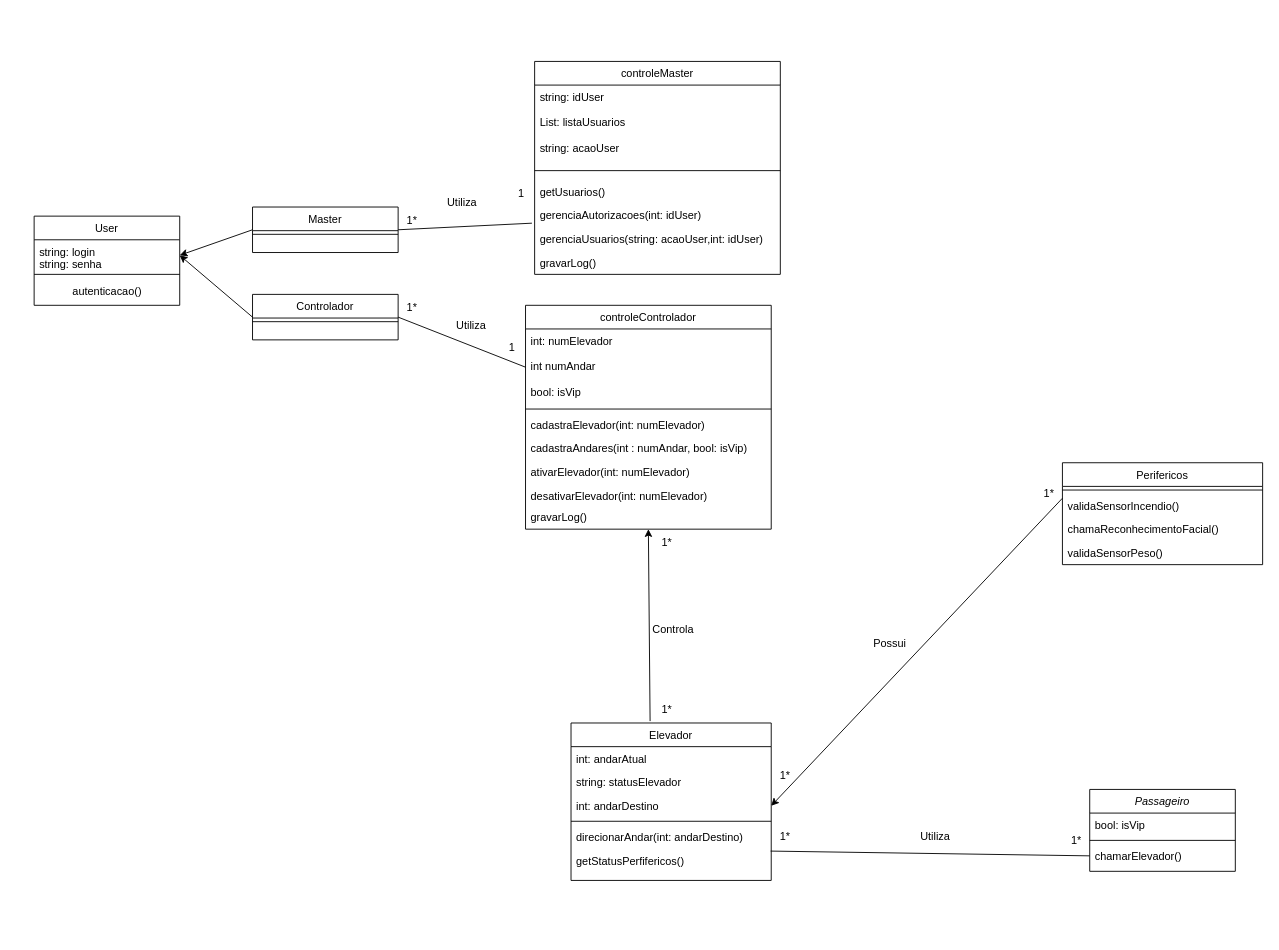
Before: diagrama-de-classes.drawio in EnzoPellegrini/ElevadorProject, a draw.io diagram. Source tidied: cells renumbered, new cells numbered last; positions are measured from the earlier drawing's top-left corner, leaving out a move shared by most shapes. Both pictures are drawn from the tidied source at 91%, with x=0, y=0 at pixel (34, 61).
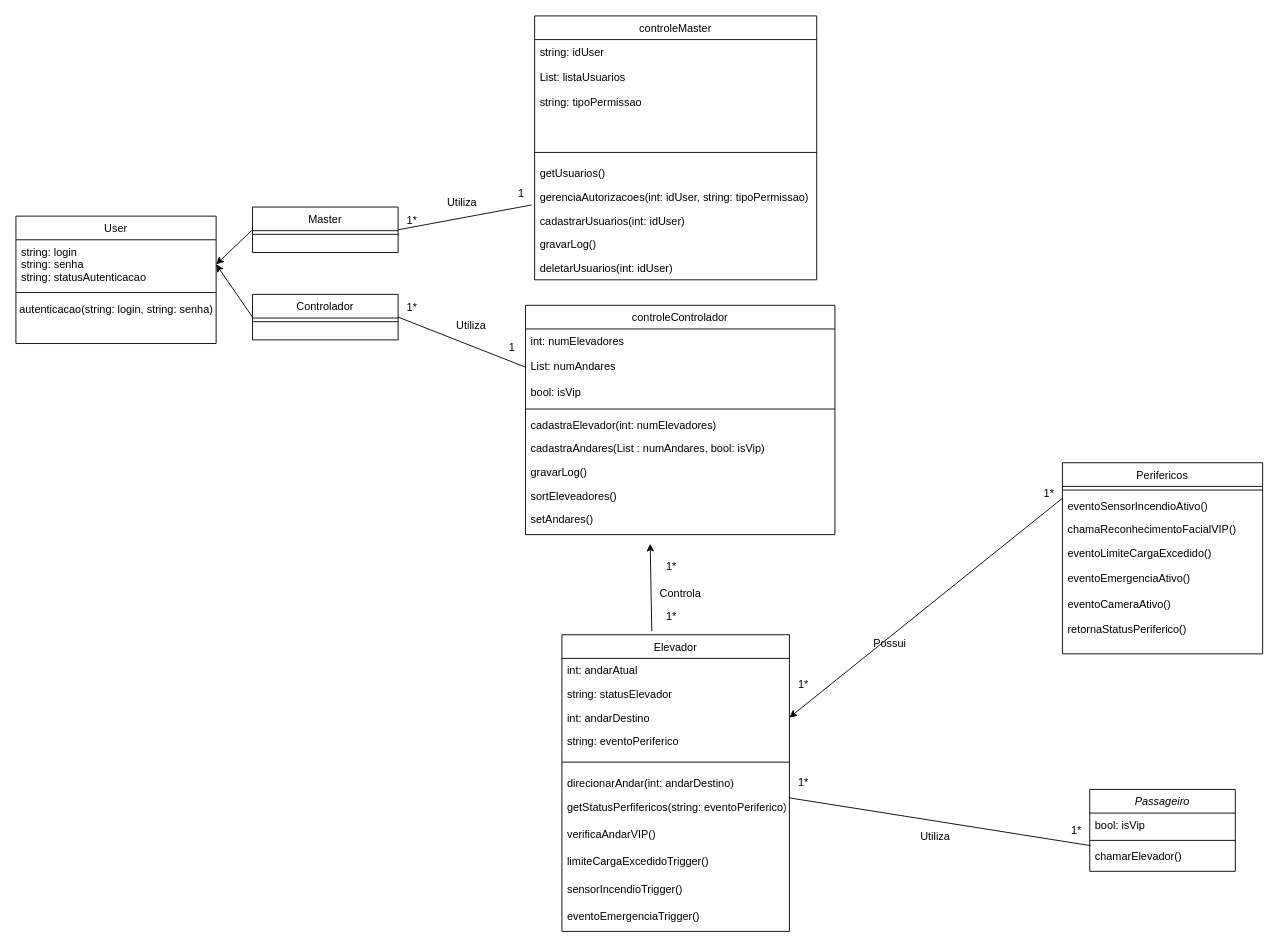
The same diagram, later.

The change refers to these unchanged cells:
```xml
<mxCell id="5" value="chamarElevador()" style="text;align=left;verticalAlign=top;spacingLeft=4;spacingRight=4;overflow=hidden;points=[[0,0.5],[1,0.5]];portConstraint=eastwest;" parent="2" vertex="1">
  <mxGeometry y="60" width="160" height="26" as="geometry" />
</mxCell>
```

Diff of the diagram source:
```diff
@@
     <mxCell id="10" value="Perifericos" style="swimlane;fontStyle=0;align=center;verticalAlign=top;horizontal=1;startSize=26;rounded=0;shadow=0;strokeWidth=1;" parent="1" vertex="1">
-      <mxGeometry x="1130" y="441" width="220" height="112" as="geometry" />
+      <mxGeometry x="1130" y="441" width="220" height="210" as="geometry" />
     </mxCell>
@@
-    <mxCell id="12" value="validaSensorIncendio()" style="text;align=left;verticalAlign=top;spacingLeft=4;spacingRight=4;overflow=hidden;" parent="10" vertex="1">
+    <mxCell id="12" value="eventoSensorIncendioAtivo()" style="text;align=left;verticalAlign=top;spacingLeft=4;spacingRight=4;overflow=hidden;" parent="10" vertex="1">
       <mxGeometry y="34" width="220" height="26" as="geometry" />
     </mxCell>
-    <mxCell id="13" value="chamaReconhecimentoFacial()" style="text;align=left;verticalAlign=top;spacingLeft=4;spacingRight=4;overflow=hidden;" parent="10" vertex="1">
+    <mxCell id="13" value="chamaReconhecimentoFacialVIP()" style="text;align=left;verticalAlign=top;spacingLeft=4;spacingRight=4;overflow=hidden;" parent="10" vertex="1">
       <mxGeometry y="60" width="220" height="26" as="geometry" />
     </mxCell>
-    <mxCell id="14" value="validaSensorPeso()" style="text;align=left;verticalAlign=top;spacingLeft=4;spacingRight=4;overflow=hidden;" parent="10" vertex="1">
-      <mxGeometry y="86" width="220" height="26" as="geometry" />
+    <mxCell id="14" value="eventoLimiteCargaExcedido()&#10;&#10;eventoEmergenciaAtivo()&#10;&#10;eventoCameraAtivo()&#10;&#10;retornaStatusPeriferico()" style="text;align=left;verticalAlign=top;spacingLeft=4;spacingRight=4;overflow=hidden;" parent="10" vertex="1">
+      <mxGeometry y="86" width="220" height="124" as="geometry" />
     </mxCell>
     <mxCell id="15" value="Elevador" style="swimlane;fontStyle=0;align=center;verticalAlign=top;horizontal=1;startSize=26;rounded=0;shadow=0;strokeWidth=1;" parent="1" vertex="1">
-      <mxGeometry x="590" y="727" width="220" height="173" as="geometry" />
+      <mxGeometry x="580" y="630" width="250" height="326" as="geometry" />
     </mxCell>
     <mxCell id="16" value="int: andarAtual" style="text;align=left;verticalAlign=top;spacingLeft=4;spacingRight=4;overflow=hidden;" parent="15" vertex="1">
-      <mxGeometry y="26" width="220" height="26" as="geometry" />
+      <mxGeometry y="26" width="250" height="26" as="geometry" />
     </mxCell>
     <mxCell id="17" value="string: statusElevador" style="text;align=left;verticalAlign=top;spacingLeft=4;spacingRight=4;overflow=hidden;rounded=0;shadow=0;html=0;" parent="15" vertex="1">
-      <mxGeometry y="52" width="220" height="26" as="geometry" />
+      <mxGeometry y="52" width="250" height="26" as="geometry" />
     </mxCell>
-    <mxCell id="18" value="int: andarDestino" style="text;align=left;verticalAlign=top;spacingLeft=4;spacingRight=4;overflow=hidden;points=[[0,0.5],[1,0.5]];portConstraint=eastwest;rounded=0;shadow=0;html=0;" parent="15" vertex="1">
-      <mxGeometry y="78" width="220" height="26" as="geometry" />
+    <mxCell id="18" value="int: andarDestino&#10;" style="text;align=left;verticalAlign=top;spacingLeft=4;spacingRight=4;overflow=hidden;points=[[0,0.5],[1,0.5]];portConstraint=eastwest;rounded=0;shadow=0;html=0;" parent="15" vertex="1">
+      <mxGeometry y="78" width="250" height="26" as="geometry" />
     </mxCell>
+    <mxCell id="63" value="string: eventoPeriferico&#10;" style="text;align=left;verticalAlign=top;spacingLeft=4;spacingRight=4;overflow=hidden;rounded=0;shadow=0;html=0;" parent="15" vertex="1">
+      <mxGeometry y="104" width="250" height="26" as="geometry" />
+    </mxCell>
     <mxCell id="19" style="line;html=1;strokeWidth=1;align=left;verticalAlign=middle;spacingTop=-1;spacingLeft=3;spacingRight=3;labelPosition=right;" parent="15" vertex="1">
-      <mxGeometry y="104" width="220" height="8" as="geometry" />
+      <mxGeometry y="130" width="250" height="20" as="geometry" />
     </mxCell>
     <mxCell id="20" value="direcionarAndar(int: andarDestino)" style="text;align=left;verticalAlign=top;spacingLeft=4;spacingRight=4;overflow=hidden;" parent="15" vertex="1">
-      <mxGeometry y="112" width="220" height="26" as="geometry" />
+      <mxGeometry y="150" width="250" height="26" as="geometry" />
     </mxCell>
-    <mxCell id="21" value="getStatusPerfifericos()" style="text;align=left;verticalAlign=top;spacingLeft=4;spacingRight=4;overflow=hidden;points=[[0,0.5],[1,0.5]];portConstraint=eastwest;" parent="15" vertex="1">
-      <mxGeometry y="138" width="220" height="26" as="geometry" />
+    <mxCell id="21" value="getStatusPerfifericos(string: eventoPeriferico)" style="text;align=left;verticalAlign=top;spacingLeft=4;spacingRight=4;overflow=hidden;points=[[0,0.5],[1,0.5]];portConstraint=eastwest;" parent="15" vertex="1">
+      <mxGeometry y="176" width="250" height="30" as="geometry" />
     </mxCell>
+    <mxCell id="64" value="verificaAndarVIP()" style="text;align=left;verticalAlign=top;spacingLeft=4;spacingRight=4;overflow=hidden;" parent="15" vertex="1">
+      <mxGeometry y="206" width="250" height="30" as="geometry" />
+    </mxCell>
+    <mxCell id="65" value="limiteCargaExcedidoTrigger()" style="text;align=left;verticalAlign=top;spacingLeft=4;spacingRight=4;overflow=hidden;" parent="15" vertex="1">
+      <mxGeometry y="236" width="250" height="30" as="geometry" />
+    </mxCell>
+    <mxCell id="66" value="sensorIncendioTrigger()" style="text;align=left;verticalAlign=top;spacingLeft=4;spacingRight=4;overflow=hidden;" parent="15" vertex="1">
+      <mxGeometry y="266" width="250" height="30" as="geometry" />
+    </mxCell>
+    <mxCell id="67" value="eventoEmergenciaTrigger()" style="text;align=left;verticalAlign=top;spacingLeft=4;spacingRight=4;overflow=hidden;" parent="15" vertex="1">
+      <mxGeometry y="296" width="250" height="30" as="geometry" />
+    </mxCell>
     <mxCell id="22" value="controleControlador" style="swimlane;fontStyle=0;align=center;verticalAlign=top;horizontal=1;startSize=26;rounded=0;shadow=0;strokeWidth=1;" parent="1" vertex="1">
-      <mxGeometry x="540" y="268" width="270" height="246" as="geometry" />
+      <mxGeometry x="540" y="268" width="340" height="252" as="geometry" />
     </mxCell>
-    <mxCell id="23" value="int: numElevador&#10;&#10;int numAndar&#10;&#10;bool: isVip" style="text;align=left;verticalAlign=top;spacingLeft=4;spacingRight=4;overflow=hidden;points=[[0,0.5],[1,0.5]];portConstraint=eastwest;" parent="22" vertex="1">
-      <mxGeometry y="26" width="270" height="84" as="geometry" />
+    <mxCell id="23" value="int: numElevadores&#10;&#10;List: numAndares&#10;&#10;bool: isVip" style="text;align=left;verticalAlign=top;spacingLeft=4;spacingRight=4;overflow=hidden;points=[[0,0.5],[1,0.5]];portConstraint=eastwest;" parent="22" vertex="1">
+      <mxGeometry y="26" width="340" height="84" as="geometry" />
     </mxCell>
     <mxCell id="24" style="line;html=1;strokeWidth=1;align=left;verticalAlign=middle;spacingTop=-1;spacingLeft=3;spacingRight=3;labelPosition=right;" parent="22" vertex="1">
-      <mxGeometry y="110" width="270" height="8" as="geometry" />
+      <mxGeometry y="110" width="340" height="8" as="geometry" />
     </mxCell>
-    <mxCell id="25" value="cadastraElevador(int: numElevador)" style="text;align=left;verticalAlign=top;spacingLeft=4;spacingRight=4;overflow=hidden;" parent="22" vertex="1">
-      <mxGeometry y="118" width="270" height="26" as="geometry" />
+    <mxCell id="25" value="cadastraElevador(int: numElevadores)" style="text;align=left;verticalAlign=top;spacingLeft=4;spacingRight=4;overflow=hidden;" parent="22" vertex="1">
+      <mxGeometry y="118" width="340" height="26" as="geometry" />
     </mxCell>
-    <mxCell id="26" value="cadastraAndares(int : numAndar, bool: isVip)" style="text;align=left;verticalAlign=top;spacingLeft=4;spacingRight=4;overflow=hidden;" parent="22" vertex="1">
-      <mxGeometry y="144" width="270" height="26" as="geometry" />
+    <mxCell id="26" value="cadastraAndares(List : numAndares, bool: isVip)" style="text;align=left;verticalAlign=top;spacingLeft=4;spacingRight=4;overflow=hidden;" parent="22" vertex="1">
+      <mxGeometry y="144" width="340" height="26" as="geometry" />
     </mxCell>
-    <mxCell id="27" value="ativarElevador(int: numElevador)" style="text;align=left;verticalAlign=top;spacingLeft=4;spacingRight=4;overflow=hidden;" parent="22" vertex="1">
-      <mxGeometry y="170" width="270" height="26" as="geometry" />
-    </mxCell>
-    <mxCell id="28" value="desativarElevador(int: numElevador)" style="text;align=left;verticalAlign=top;spacingLeft=4;spacingRight=4;overflow=hidden;" parent="22" vertex="1">
-      <mxGeometry y="196" width="270" height="24" as="geometry" />
-    </mxCell>
     <mxCell id="29" value="gravarLog()" style="text;align=left;verticalAlign=top;spacingLeft=4;spacingRight=4;overflow=hidden;" parent="22" vertex="1">
-      <mxGeometry y="220" width="270" height="26" as="geometry" />
+      <mxGeometry y="170" width="340" height="26" as="geometry" />
     </mxCell>
+    <mxCell id="68" value="sortEleveadores()" style="text;align=left;verticalAlign=top;spacingLeft=4;spacingRight=4;overflow=hidden;" parent="22" vertex="1">
+      <mxGeometry y="196" width="340" height="26" as="geometry" />
+    </mxCell>
+    <mxCell id="69" value="setAndares()" style="text;align=left;verticalAlign=top;spacingLeft=4;spacingRight=4;overflow=hidden;" parent="22" vertex="1">
+      <mxGeometry y="222" width="340" height="26" as="geometry" />
+    </mxCell>
     <mxCell id="30" value="User" style="swimlane;fontStyle=0;align=center;verticalAlign=top;horizontal=1;startSize=26;rounded=0;shadow=0;strokeWidth=1;" parent="1" vertex="1">
-      <mxGeometry y="170" width="160" height="98" as="geometry" />
+      <mxGeometry x="-20" y="170" width="220" height="140" as="geometry" />
     </mxCell>
-    <mxCell id="31" value="string: login&#10;string: senha" style="text;align=left;verticalAlign=top;spacingLeft=4;spacingRight=4;overflow=hidden;points=[[0,0.5],[1,0.5]];portConstraint=eastwest;" parent="30" vertex="1">
-      <mxGeometry y="26" width="160" height="34" as="geometry" />
+    <mxCell id="31" value="string: login&#10;string: senha&#10;string: statusAutenticacao" style="text;align=left;verticalAlign=top;spacingLeft=4;spacingRight=4;overflow=hidden;points=[[0,0.5],[1,0.5]];portConstraint=eastwest;" parent="30" vertex="1">
+      <mxGeometry y="26" width="220" height="54" as="geometry" />
     </mxCell>
     <mxCell id="32" style="line;html=1;strokeWidth=1;align=left;verticalAlign=middle;spacingTop=-1;spacingLeft=3;spacingRight=3;labelPosition=right;" parent="30" vertex="1">
-      <mxGeometry y="60" width="160" height="8" as="geometry" />
+      <mxGeometry y="80" width="220" height="8" as="geometry" />
     </mxCell>
-    <mxCell id="33" value="autenticacao()" style="text;html=1;align=center;verticalAlign=middle;strokeColor=none;fillColor=none;" parent="30" vertex="1">
-      <mxGeometry y="68" width="160" height="30" as="geometry" />
+    <mxCell id="33" value="autenticacao(string: login, string: senha)" style="text;html=1;align=center;verticalAlign=middle;strokeColor=none;fillColor=none;" parent="30" vertex="1">
+      <mxGeometry y="88" width="220" height="30" as="geometry" />
     </mxCell>
@@
-    <mxCell id="38" style="endArrow=none;html=1;rounded=0;exitX=0.997;exitY=0.106;exitDx=0;exitDy=0;entryX=0;entryY=0.5;entryDx=0;entryDy=0;exitPerimeter=0;" parent="1" edge="1" source="21" target="5">
+    <mxCell id="38" style="endArrow=none;html=1;rounded=0;exitX=0.997;exitY=0.106;exitDx=0;exitDy=0;entryX=0.005;entryY=0.067;entryDx=0;entryDy=0;exitPerimeter=0;entryPerimeter=0;" parent="1" edge="1" source="21" target="5">
       <mxGeometry relative="1" as="geometry" />
     </mxCell>
@@
     <mxCell id="40" value="1*" style="text;html=1;align=center;verticalAlign=middle;strokeColor=none;fillColor=none;" parent="1" vertex="1">
-      <mxGeometry x="1130" y="842" width="30" height="30" as="geometry" />
+      <mxGeometry x="1130" y="830" width="30" height="30" as="geometry" />
     </mxCell>
     <mxCell id="41" value="1*" style="text;html=1;align=center;verticalAlign=middle;strokeColor=none;fillColor=none;" parent="1" vertex="1">
-      <mxGeometry x="810" y="837" width="30" height="30" as="geometry" />
+      <mxGeometry x="830" y="778" width="30" height="30" as="geometry" />
     </mxCell>
@@
     <mxCell id="44" value="1*" style="text;html=1;align=center;verticalAlign=middle;strokeColor=none;fillColor=none;" parent="1" vertex="1">
-      <mxGeometry x="810" y="770" width="30" height="30" as="geometry" />
+      <mxGeometry x="830" y="670" width="30" height="30" as="geometry" />
     </mxCell>
@@
     <mxCell id="46" value="controleMaster" style="swimlane;fontStyle=0;align=center;verticalAlign=top;horizontal=1;startSize=26;rounded=0;shadow=0;strokeWidth=1;" parent="1" vertex="1">
-      <mxGeometry x="550" width="270" height="234" as="geometry" />
+      <mxGeometry x="550" y="-50" width="310" height="290" as="geometry" />
     </mxCell>
-    <mxCell id="47" value="string: idUser&#10;&#10;List: listaUsuarios&#10;&#10;string: acaoUser" style="text;align=left;verticalAlign=top;spacingLeft=4;spacingRight=4;overflow=hidden;" parent="46" vertex="1">
-      <mxGeometry y="26" width="270" height="84" as="geometry" />
+    <mxCell id="47" value="string: idUser&#10;&#10;List: listaUsuarios&#10;&#10;string: tipoPermissao" style="text;align=left;verticalAlign=top;spacingLeft=4;spacingRight=4;overflow=hidden;" parent="46" vertex="1">
+      <mxGeometry y="26" width="310" height="114" as="geometry" />
     </mxCell>
     <mxCell id="48" style="line;html=1;strokeWidth=1;align=left;verticalAlign=middle;spacingTop=-1;spacingLeft=3;spacingRight=3;labelPosition=right;" parent="46" vertex="1">
-      <mxGeometry y="110" width="270" height="20" as="geometry" />
+      <mxGeometry y="140" width="310" height="20" as="geometry" />
     </mxCell>
     <mxCell id="49" value="getUsuarios()" style="text;align=left;verticalAlign=top;spacingLeft=4;spacingRight=4;overflow=hidden;" parent="46" vertex="1">
-      <mxGeometry y="130" width="270" height="26" as="geometry" />
+      <mxGeometry y="160" width="310" height="26" as="geometry" />
     </mxCell>
-    <mxCell id="50" value="gerenciaAutorizacoes(int: idUser)" style="text;align=left;verticalAlign=top;spacingLeft=4;spacingRight=4;overflow=hidden;points=[[0,0.5],[1,0.5]];portConstraint=eastwest;" parent="46" vertex="1">
-      <mxGeometry y="156" width="270" height="26" as="geometry" />
+    <mxCell id="50" value="gerenciaAutorizacoes(int: idUser, string: tipoPermissao)" style="text;align=left;verticalAlign=top;spacingLeft=4;spacingRight=4;overflow=hidden;points=[[0,0.5],[1,0.5]];portConstraint=eastwest;" parent="46" vertex="1">
+      <mxGeometry y="186" width="310" height="26" as="geometry" />
     </mxCell>
-    <mxCell id="51" value="gerenciaUsuarios(string: acaoUser,int: idUser)" style="text;align=left;verticalAlign=top;spacingLeft=4;spacingRight=4;overflow=hidden;" parent="46" vertex="1">
-      <mxGeometry y="182" width="270" height="26" as="geometry" />
+    <mxCell id="51" value="cadastrarUsuarios(int: idUser)" style="text;align=left;verticalAlign=top;spacingLeft=4;spacingRight=4;overflow=hidden;" parent="46" vertex="1">
+      <mxGeometry y="212" width="310" height="26" as="geometry" />
     </mxCell>
     <mxCell id="52" value="gravarLog()" style="text;align=left;verticalAlign=top;spacingLeft=4;spacingRight=4;overflow=hidden;" parent="46" vertex="1">
-      <mxGeometry y="208" width="270" height="26" as="geometry" />
+      <mxGeometry y="238" width="310" height="26" as="geometry" />
     </mxCell>
+    <mxCell id="70" value="deletarUsuarios(int: idUser)" style="text;align=left;verticalAlign=top;spacingLeft=4;spacingRight=4;overflow=hidden;" parent="46" vertex="1">
+      <mxGeometry y="264" width="310" height="26" as="geometry" />
+    </mxCell>
-    <mxCell id="53" style="endArrow=classic;html=1;rounded=0;entryX=0.5;entryY=1;entryDx=0;entryDy=0;exitX=0.395;exitY=-0.012;exitDx=0;exitDy=0;exitPerimeter=0;" parent="1" edge="1" source="15" target="22">
-      <mxGeometry relative="1" as="geometry" />
+    <mxCell id="53" style="endArrow=classic;html=1;rounded=0;exitX=0.395;exitY=-0.012;exitDx=0;exitDy=0;exitPerimeter=0;" parent="1" edge="1" source="15">
+      <mxGeometry relative="1" as="geometry">
+        <mxPoint x="677" y="530" as="targetPoint" />
+      </mxGeometry>
     </mxCell>
     <mxCell id="54" value="Controla" style="text;html=1;align=center;verticalAlign=middle;strokeColor=none;fillColor=none;" parent="1" vertex="1">
-      <mxGeometry x="667" y="610" width="70" height="30" as="geometry" />
+      <mxGeometry x="675" y="570" width="70" height="30" as="geometry" />
     </mxCell>
     <mxCell id="55" value="1*" style="text;html=1;align=center;verticalAlign=middle;strokeColor=none;fillColor=none;" parent="1" vertex="1">
-      <mxGeometry x="680" y="514" width="30" height="30" as="geometry" />
+      <mxGeometry x="685" y="540" width="30" height="30" as="geometry" />
     </mxCell>
     <mxCell id="56" value="1*" style="text;html=1;align=center;verticalAlign=middle;strokeColor=none;fillColor=none;" parent="1" vertex="1">
-      <mxGeometry x="680" y="697" width="30" height="30" as="geometry" />
+      <mxGeometry x="685" y="595" width="30" height="30" as="geometry" />
     </mxCell>
```
